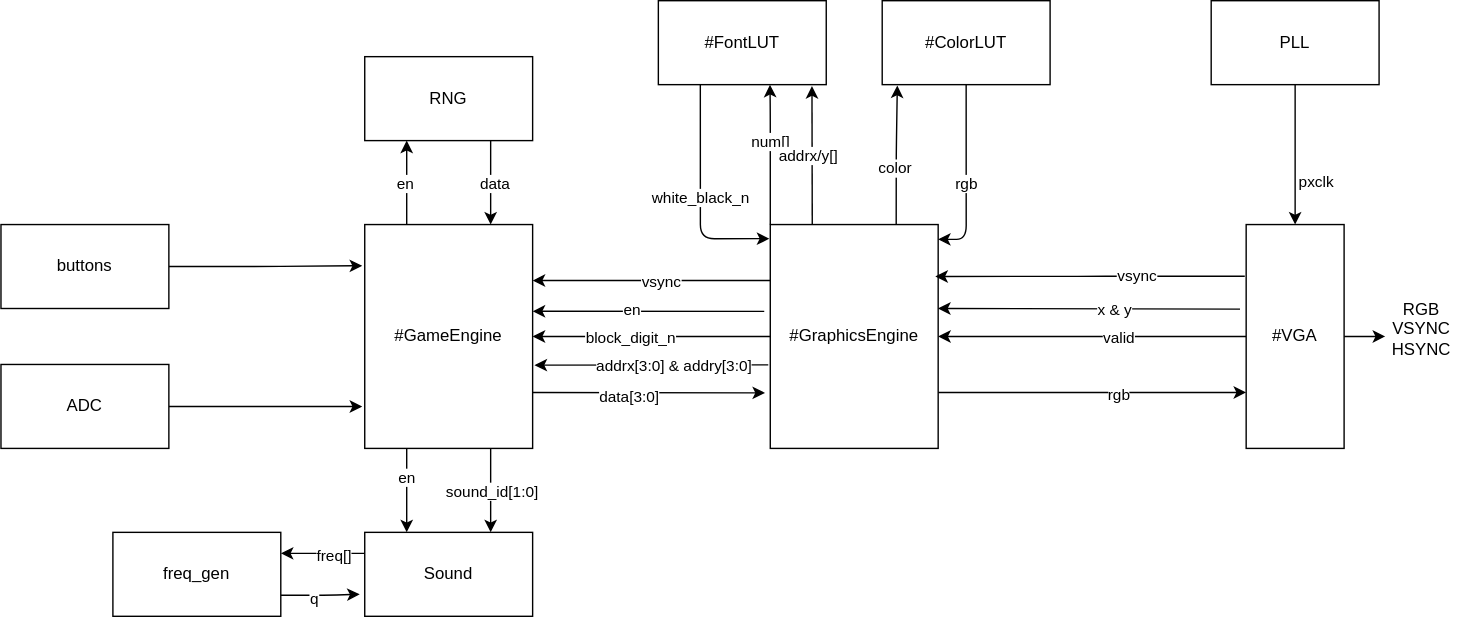
The draw.io diagram docs/block_diagram.drawio.svg in g-proto-ece5730/FinalProject, before a commit. Source tidied: cells renumbered, new cells last; positions are measured from the earlier drawing's top-left corner, leaving out a move shared by most shapes.
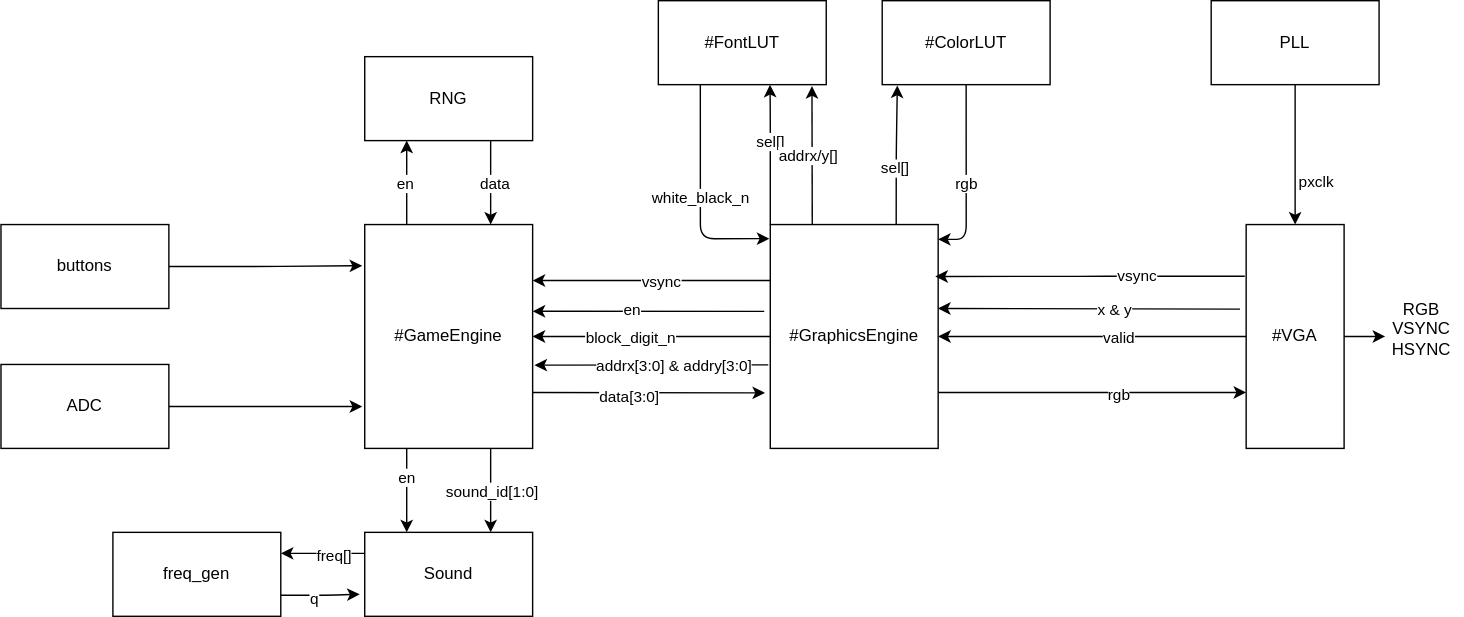
Later version of the same file.

What changed in the source:
```diff
@@ -26,7 +26,7 @@
         </Array>
       </mxGeometry>
     </mxCell>
-    <mxCell id="8" value="num[]" style="edgeLabel;html=1;align=center;verticalAlign=middle;" parent="7" vertex="1">
+    <mxCell id="8" value="sel[]" style="edgeLabel;html=1;align=center;verticalAlign=middle;" parent="7" vertex="1">
       <mxGeometry x="-0.39" y="-1" relative="1" as="geometry">
         <mxPoint x="-1" y="-30" as="offset" />
       </mxGeometry>
@@ -42,7 +42,7 @@
     <mxCell id="11" style="edgeStyle=orthogonalEdgeStyle;html=1;exitX=0.75;exitY=0;exitDx=0;exitDy=0;entryX=0.09;entryY=1.009;entryDx=0;entryDy=0;entryPerimeter=0;" parent="1" edge="1" source="19" target="32">
       <mxGeometry relative="1" as="geometry" />
     </mxCell>
-    <mxCell id="12" value="color" style="edgeLabel;html=1;align=center;verticalAlign=middle;" parent="11" vertex="1">
+    <mxCell id="12" value="sel[]" style="edgeLabel;html=1;align=center;verticalAlign=middle;" parent="11" vertex="1">
       <mxGeometry x="-0.2" y="1" relative="1" as="geometry" />
     </mxCell>
     <mxCell id="13" style="edgeStyle=orthogonalEdgeStyle;html=1;exitX=1;exitY=0.75;exitDx=0;exitDy=0;entryX=0;entryY=0.75;entryDx=0;entryDy=0;" parent="1" edge="1" source="19" target="28">
```
